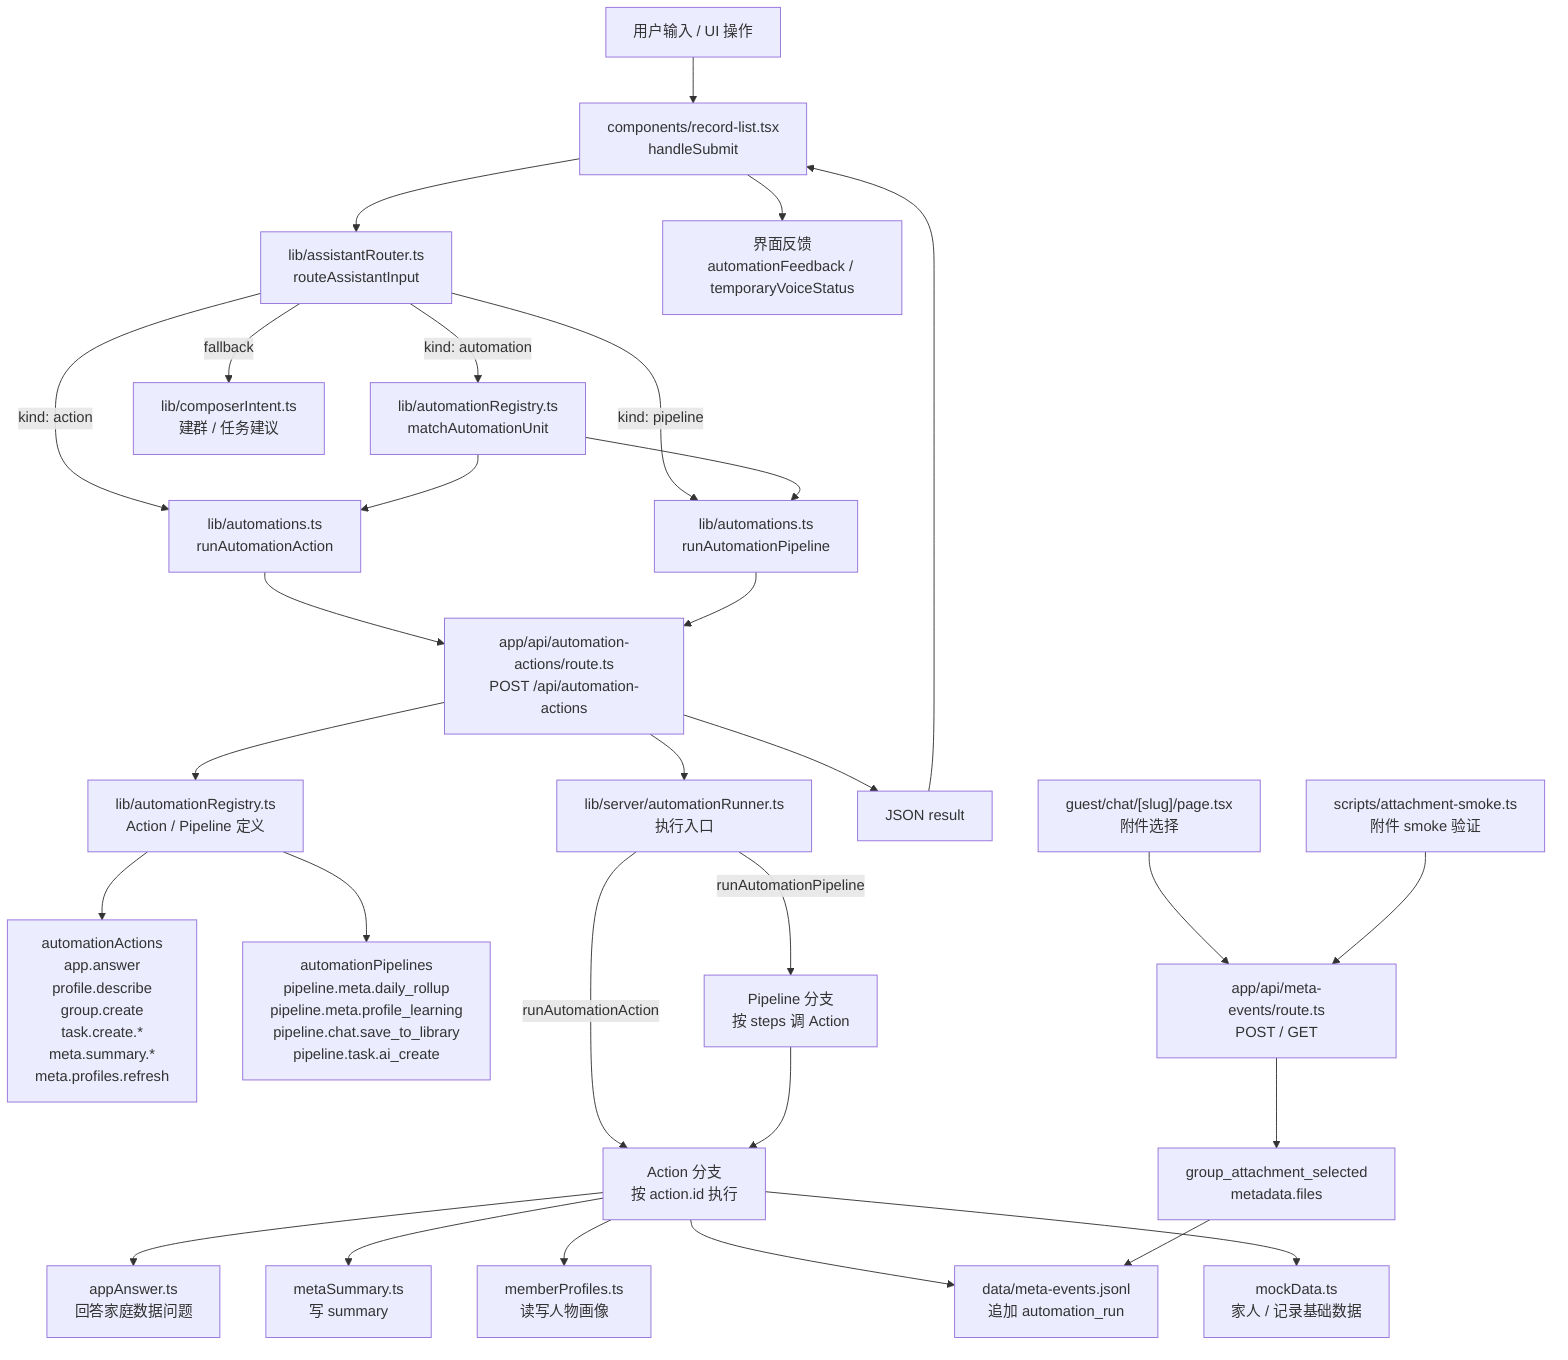
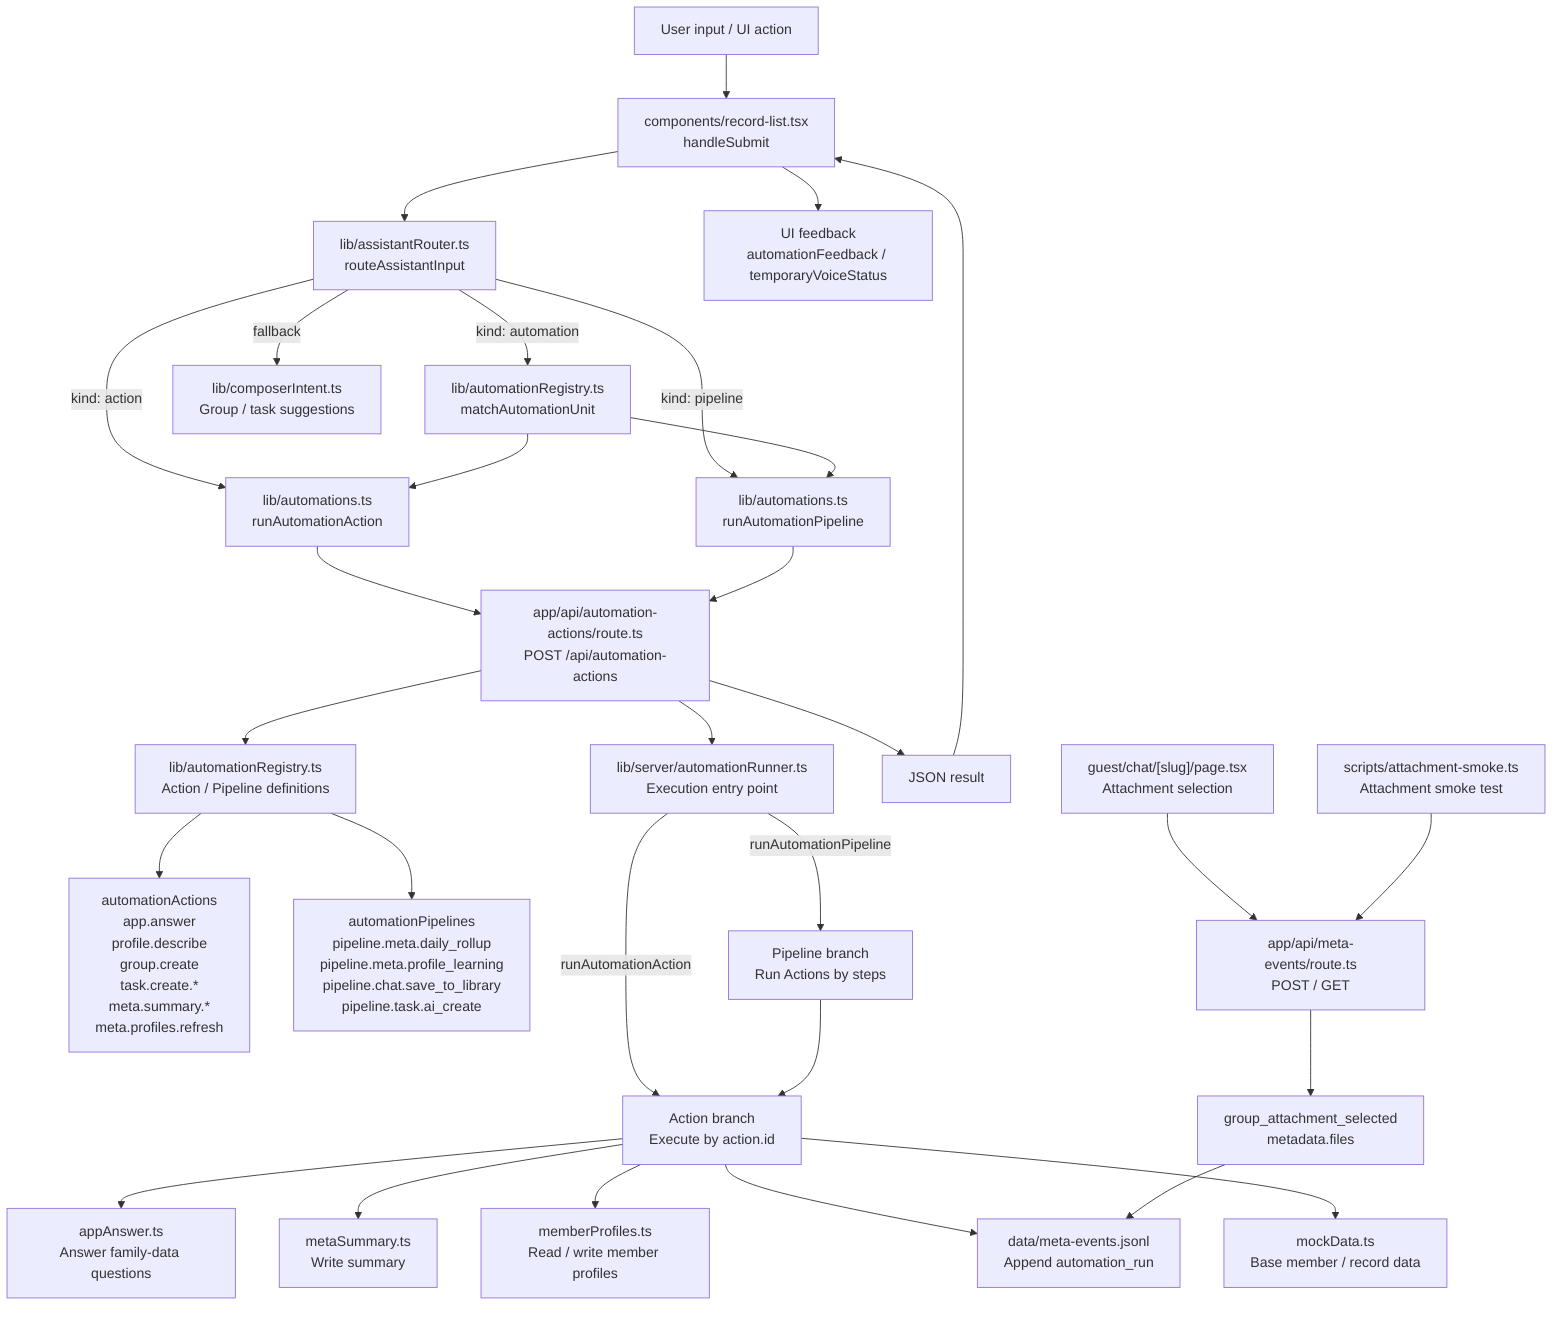
flowchart TD
-   User["用户输入 / UI 操作"] --> RecordList["components/record-list.tsx<br/>handleSubmit"]
+   User["User input / UI action"] --> RecordList["components/record-list.tsx<br/>handleSubmit"]

  RecordList --> Router["lib/assistantRouter.ts<br/>routeAssistantInput"]

  Router -->|kind: action| ActionClient["lib/automations.ts<br/>runAutomationAction"]
  Router -->|kind: pipeline| PipelineClient["lib/automations.ts<br/>runAutomationPipeline"]
  Router -->|kind: automation| MatchedUnit["lib/automationRegistry.ts<br/>matchAutomationUnit"]
-   Router -->|fallback| ComposerIntent["lib/composerIntent.ts<br/>建群 / 任务建议"]
+   Router -->|fallback| ComposerIntent["lib/composerIntent.ts<br/>Group / task suggestions"]

  MatchedUnit --> ActionClient
  MatchedUnit --> PipelineClient

  ActionClient --> API["app/api/automation-actions/route.ts<br/>POST /api/automation-actions"]
  PipelineClient --> API

-   API --> Registry["lib/automationRegistry.ts<br/>Action / Pipeline 定义"]
-   API --> Runner["lib/server/automationRunner.ts<br/>执行入口"]
+   API --> Registry["lib/automationRegistry.ts<br/>Action / Pipeline definitions"]
+   API --> Runner["lib/server/automationRunner.ts<br/>Execution entry point"]

  Registry --> Actions["automationActions<br/>app.answer<br/>profile.describe<br/>group.create<br/>task.create.*<br/>meta.summary.*<br/>meta.profiles.refresh"]
  Registry --> Pipelines["automationPipelines<br/>pipeline.meta.daily_rollup<br/>pipeline.meta.profile_learning<br/>pipeline.chat.save_to_library<br/>pipeline.task.ai_create"]

-   Runner -->|runAutomationAction| ActionExec["Action 分支<br/>按 action.id 执行"]
-   Runner -->|runAutomationPipeline| PipelineExec["Pipeline 分支<br/>按 steps 调 Action"]
+   Runner -->|runAutomationAction| ActionExec["Action branch<br/>Execute by action.id"]
+   Runner -->|runAutomationPipeline| PipelineExec["Pipeline branch<br/>Run Actions by steps"]

  PipelineExec --> ActionExec

-   ActionExec --> AppAnswer["appAnswer.ts<br/>回答家庭数据问题"]
-   ActionExec --> MetaSummary["metaSummary.ts<br/>写 summary"]
-   ActionExec --> MemberProfiles["memberProfiles.ts<br/>读写人物画像"]
-   ActionExec --> MetaEvents["data/meta-events.jsonl<br/>追加 automation_run"]
-   ActionExec --> MockData["mockData.ts<br/>家人 / 记录基础数据"]
+   ActionExec --> AppAnswer["appAnswer.ts<br/>Answer family-data questions"]
+   ActionExec --> MetaSummary["metaSummary.ts<br/>Write summary"]
+   ActionExec --> MemberProfiles["memberProfiles.ts<br/>Read / write member profiles"]
+   ActionExec --> MetaEvents["data/meta-events.jsonl<br/>Append automation_run"]
+   ActionExec --> MockData["mockData.ts<br/>Base member / record data"]

  API --> Response["JSON result"]
  Response --> RecordList
-   RecordList --> Feedback["界面反馈<br/>automationFeedback / temporaryVoiceStatus"]
+   RecordList --> Feedback["UI feedback<br/>automationFeedback / temporaryVoiceStatus"]

-   GuestChat["guest/chat/[slug]/page.tsx<br/>附件选择"] --> MetaAPI["app/api/meta-events/route.ts<br/>POST / GET"]
-   Smoke["scripts/attachment-smoke.ts<br/>附件 smoke 验证"] --> MetaAPI
+   GuestChat["guest/chat/[slug]/page.tsx<br/>Attachment selection"] --> MetaAPI["app/api/meta-events/route.ts<br/>POST / GET"]
+   Smoke["scripts/attachment-smoke.ts<br/>Attachment smoke test"] --> MetaAPI
  MetaAPI --> AttachmentEvent["group_attachment_selected<br/>metadata.files"]
  AttachmentEvent --> MetaEvents
